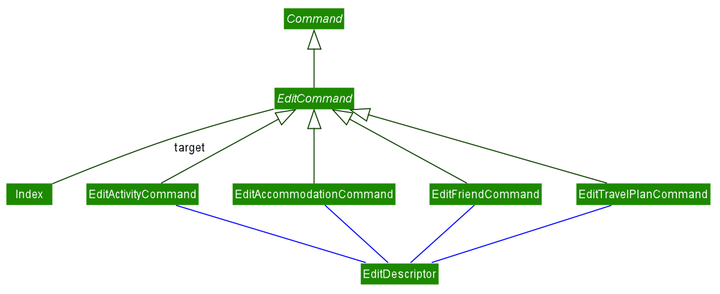
Above: docs/images/EditCommandClassDiagram.png in underthehai/tp (PlantUML), before the change.
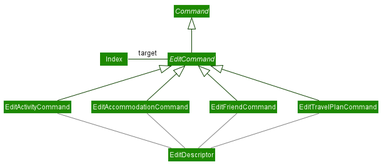
The same file after the commit.

Change to the diagram source:
```diff
@@ -57,7 +57,7 @@
 
 Command <|-- EditCommand
 
-EditCommand -down- Index :target
+EditCommand -left- Index :target
 
 EditCommand <|-- EditActivityCommand
 EditCommand <|-- EditAccommodationCommand
@@ -66,10 +66,10 @@
 
 Class EditDescriptor
 
-EditAccommodationCommand -[#blue]- EditDescriptor
-EditActivityCommand -[#blue]- EditDescriptor
-EditFriendCommand -[#blue]- EditDescriptor
-EditTravelPlanCommand -[#blue]- EditDescriptor
+EditAccommodationCommand -[#grey]- EditDescriptor
+EditActivityCommand -[#grey]- EditDescriptor
+EditFriendCommand -[#grey]- EditDescriptor
+EditTravelPlanCommand -[#grey]- EditDescriptor
 
 
 
```
